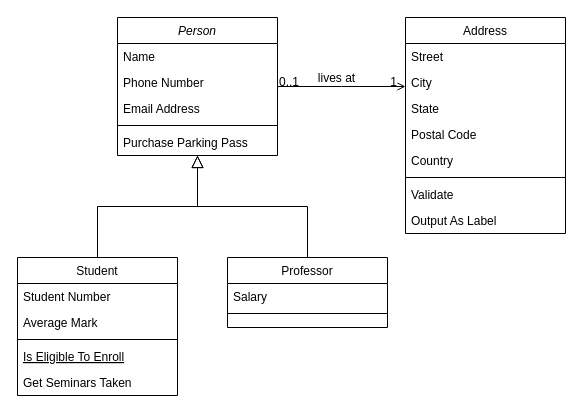
The draw.io diagram Untitled Diagram.drawio in rkaznouski/wallet, before the edit. Source tidied: cells renumbered, new cells numbered last; positions are measured from the earlier drawing's top-left corner, leaving out a move shared by most shapes. Both pictures are drawn from the tidied source at 100%, with x=0, y=0 at pixel (17, 17).
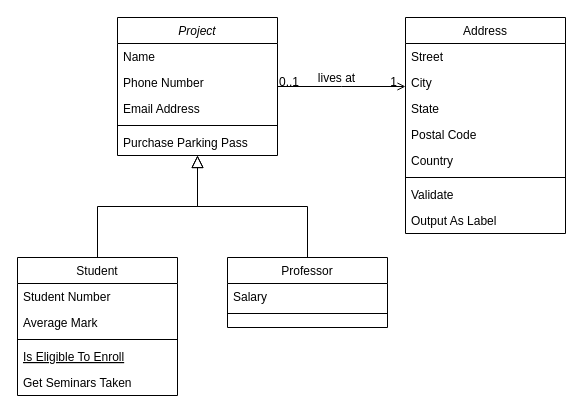
The same page after the edit.

Change to the diagram source:
```diff
@@
-    <mxCell id="2" value="Person" style="swimlane;fontStyle=2;align=center;verticalAlign=top;horizontal=1;startSize=26;rounded=0;shadow=0;strokeWidth=1;" parent="1" vertex="1">
+    <mxCell id="2" value="Project" style="swimlane;fontStyle=2;align=center;verticalAlign=top;horizontal=1;startSize=26;rounded=0;shadow=0;strokeWidth=1;" parent="1" vertex="1">
       <mxGeometry x="100" width="160" height="138" as="geometry" />
     </mxCell>
```
